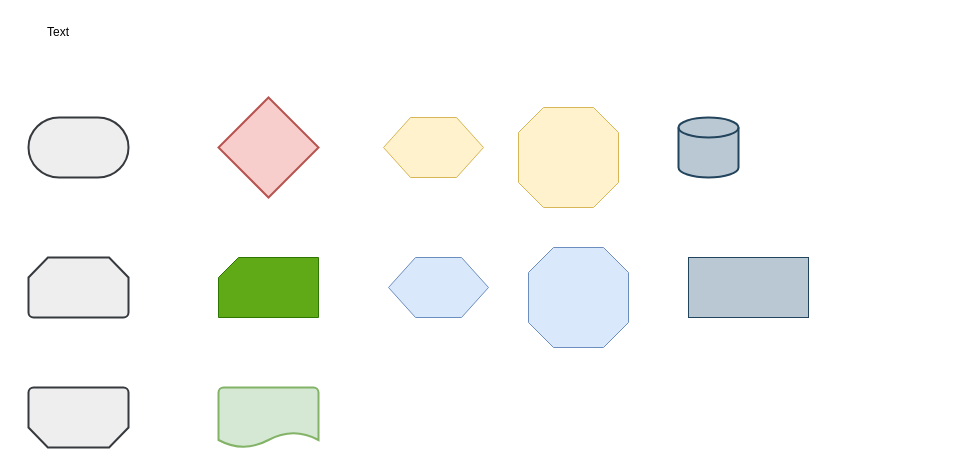
Above: page "Overview" (1 of 4) of models/Unbenanntes Diagramm.drawio in griemide/BPMN (draw.io), before the change. Source tidied: cells renumbered, new cells numbered last; positions are measured from the earlier drawing's top-left corner, leaving out a move shared by most shapes. Both pictures are drawn from the tidied source at 100%, with x=0, y=0 at pixel (28, 17).
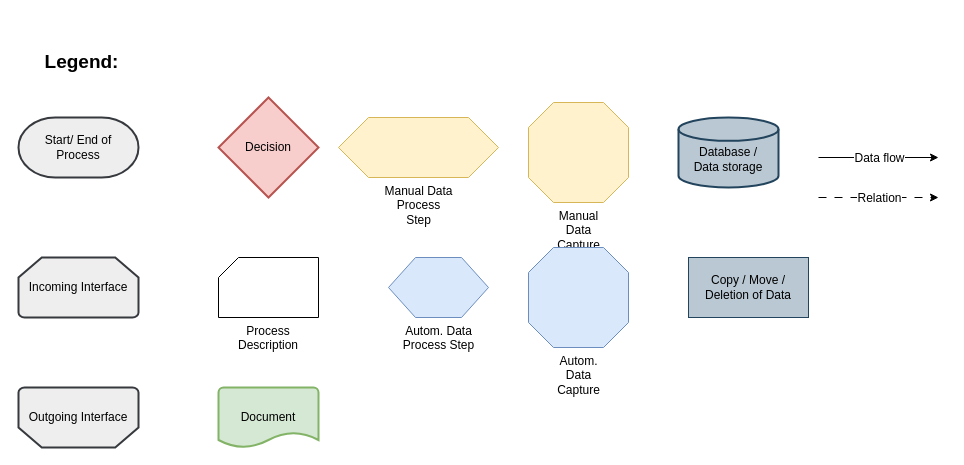
After the change.

Change to the diagram source:
```diff
@@
-    <mxCell id="2" style="strokeWidth=2;html=1;shape=mxgraph.flowchart.terminator;whiteSpace=wrap;fillColor=#eeeeee;strokeColor=#36393d;" parent="1" vertex="1">
-      <mxGeometry y="100" width="100" height="60" as="geometry" />
+    <mxCell id="2" value="Start/ End of&lt;br&gt;Process" style="strokeWidth=2;html=1;shape=mxgraph.flowchart.terminator;whiteSpace=wrap;fillColor=#eeeeee;strokeColor=#36393d;" parent="1" vertex="1">
+      <mxGeometry x="-10" y="100" width="120" height="60" as="geometry" />
     </mxCell>
-    <mxCell id="3" style="strokeWidth=2;html=1;shape=mxgraph.flowchart.loop_limit;whiteSpace=wrap;fillColor=#eeeeee;strokeColor=#36393d;" parent="1" vertex="1">
-      <mxGeometry y="240" width="100" height="60" as="geometry" />
+    <mxCell id="3" value="Incoming Interface" style="strokeWidth=2;html=1;shape=mxgraph.flowchart.loop_limit;whiteSpace=wrap;fillColor=#eeeeee;strokeColor=#36393d;" parent="1" vertex="1">
+      <mxGeometry x="-10" y="240" width="120" height="60" as="geometry" />
     </mxCell>
-    <mxCell id="4" style="strokeWidth=2;html=1;shape=mxgraph.flowchart.decision;whiteSpace=wrap;fillColor=#f8cecc;strokeColor=#b85450;" parent="1" vertex="1">
+    <mxCell id="4" value="Decision" style="strokeWidth=2;html=1;shape=mxgraph.flowchart.decision;whiteSpace=wrap;fillColor=#f8cecc;strokeColor=#b85450;" parent="1" vertex="1">
       <mxGeometry x="190" y="80" width="100" height="100" as="geometry" />
     </mxCell>
-    <mxCell id="5" style="verticalLabelPosition=bottom;verticalAlign=top;html=1;shape=card;whiteSpace=wrap;size=20;arcSize=12;fillColor=#60a917;strokeColor=#2D7600;fontColor=#ffffff;" parent="1" vertex="1">
+    <mxCell id="5" value="Process Description" style="verticalLabelPosition=bottom;verticalAlign=top;html=1;shape=card;whiteSpace=wrap;size=20;arcSize=12;" parent="1" vertex="1">
       <mxGeometry x="190" y="240" width="100" height="60" as="geometry" />
     </mxCell>
-    <mxCell id="6" style="strokeWidth=2;html=1;shape=mxgraph.flowchart.document2;whiteSpace=wrap;size=0.25;fillColor=#d5e8d4;strokeColor=#82b366;" parent="1" vertex="1">
+    <mxCell id="6" value="Document" style="strokeWidth=2;html=1;shape=mxgraph.flowchart.document2;whiteSpace=wrap;size=0.25;fillColor=#d5e8d4;strokeColor=#82b366;" parent="1" vertex="1">
       <mxGeometry x="190" y="370" width="100" height="60" as="geometry" />
     </mxCell>
-    <mxCell id="7" style="verticalLabelPosition=bottom;verticalAlign=top;html=1;shape=hexagon;perimeter=hexagonPerimeter2;arcSize=6;size=0.27;fillColor=#fff2cc;strokeColor=#d6b656;" parent="1" vertex="1">
-      <mxGeometry x="355" y="100" width="100" height="60" as="geometry" />
+    <mxCell id="7" value="Manual Data &lt;br&gt;Process &lt;br&gt;Step" style="verticalLabelPosition=bottom;verticalAlign=top;html=1;shape=hexagon;perimeter=hexagonPerimeter2;arcSize=6;size=0.1875;fillColor=#fff2cc;strokeColor=#d6b656;" parent="1" vertex="1">
+      <mxGeometry x="310" y="100" width="160" height="60" as="geometry" />
     </mxCell>
-    <mxCell id="8" style="verticalLabelPosition=bottom;verticalAlign=top;html=1;shape=hexagon;perimeter=hexagonPerimeter2;arcSize=6;size=0.27;fillColor=#dae8fc;strokeColor=#6c8ebf;" parent="1" vertex="1">
+    <mxCell id="8" value="Autom. Data &lt;br&gt;Process Step" style="verticalLabelPosition=bottom;verticalAlign=top;html=1;shape=hexagon;perimeter=hexagonPerimeter2;arcSize=6;size=0.27;fillColor=#dae8fc;strokeColor=#6c8ebf;" parent="1" vertex="1">
       <mxGeometry x="360" y="240" width="100" height="60" as="geometry" />
     </mxCell>
-    <mxCell id="9" style="strokeWidth=2;html=1;shape=mxgraph.flowchart.database;whiteSpace=wrap;fillColor=#bac8d3;strokeColor=#23445d;" parent="1" vertex="1">
-      <mxGeometry x="650" y="100" width="60" height="60" as="geometry" />
+    <mxCell id="9" value="&lt;br&gt;Database /&lt;br&gt;Data storage" style="strokeWidth=2;html=1;shape=mxgraph.flowchart.database;whiteSpace=wrap;fillColor=#bac8d3;strokeColor=#23445d;" parent="1" vertex="1">
+      <mxGeometry x="650" y="100" width="100" height="70" as="geometry" />
     </mxCell>
-    <mxCell id="10" style="verticalLabelPosition=bottom;verticalAlign=top;html=1;shape=mxgraph.basic.polygon;polyCoords=[[0.25,0],[0.75,0],[1,0.25],[1,0.75],[0.75,1],[0.25,1],[0,0.75],[0,0.25]];polyline=0;fillColor=#fff2cc;strokeColor=#d6b656;" parent="1" vertex="1">
-      <mxGeometry x="490" y="90" width="100" height="100" as="geometry" />
+    <mxCell id="10" value="Manual &lt;br&gt;Data &lt;br&gt;Capture" style="verticalLabelPosition=bottom;verticalAlign=top;html=1;shape=mxgraph.basic.polygon;polyCoords=[[0.25,0],[0.75,0],[1,0.25],[1,0.75],[0.75,1],[0.25,1],[0,0.75],[0,0.25]];polyline=0;fillColor=#fff2cc;strokeColor=#d6b656;" parent="1" vertex="1">
+      <mxGeometry x="500" y="85" width="100" height="100" as="geometry" />
     </mxCell>
-    <mxCell id="11" style="verticalLabelPosition=bottom;verticalAlign=top;html=1;shape=mxgraph.basic.polygon;polyCoords=[[0.25,0],[0.75,0],[1,0.25],[1,0.75],[0.75,1],[0.25,1],[0,0.75],[0,0.25]];polyline=0;fillColor=#dae8fc;strokeColor=#6c8ebf;" parent="1" vertex="1">
+    <mxCell id="11" value="Autom. &lt;br&gt;Data &lt;br&gt;Capture" style="verticalLabelPosition=bottom;verticalAlign=top;html=1;shape=mxgraph.basic.polygon;polyCoords=[[0.25,0],[0.75,0],[1,0.25],[1,0.75],[0.75,1],[0.25,1],[0,0.75],[0,0.25]];polyline=0;fillColor=#dae8fc;strokeColor=#6c8ebf;" parent="1" vertex="1">
       <mxGeometry x="500" y="230" width="100" height="100" as="geometry" />
     </mxCell>
-    <mxCell id="12" style="rounded=0;whiteSpace=wrap;html=1;fillColor=#bac8d3;strokeColor=#23445d;" parent="1" vertex="1">
+    <mxCell id="12" value="Copy / Move /&lt;br&gt;Deletion of Data" style="rounded=0;whiteSpace=wrap;html=1;fillColor=#bac8d3;strokeColor=#23445d;" parent="1" vertex="1">
       <mxGeometry x="660" y="240" width="120" height="60" as="geometry" />
     </mxCell>
-    <mxCell id="13" value="Text" style="text;html=1;whiteSpace=wrap;strokeColor=none;fillColor=none;align=center;verticalAlign=middle;rounded=0;" parent="1" vertex="1">
-      <mxGeometry width="60" height="30" as="geometry" />
+    <mxCell id="13" value="Legend:" style="text;html=1;whiteSpace=wrap;strokeColor=none;fillColor=none;align=center;verticalAlign=middle;rounded=0;fontStyle=1;fontSize=19;" parent="1" vertex="1">
+      <mxGeometry x="20" y="30" width="67" height="30" as="geometry" />
     </mxCell>
-    <mxCell id="14" style="strokeWidth=2;html=1;shape=mxgraph.flowchart.loop_limit;whiteSpace=wrap;fillColor=#eeeeee;strokeColor=#36393d;direction=west;" parent="1" vertex="1">
-      <mxGeometry y="370" width="100" height="60" as="geometry" />
+    <mxCell id="14" value="Outgoing Interface" style="strokeWidth=2;html=1;shape=mxgraph.flowchart.loop_limit;whiteSpace=wrap;fillColor=#eeeeee;strokeColor=#36393d;direction=west;" parent="1" vertex="1">
+      <mxGeometry x="-10" y="370" width="120" height="60" as="geometry" />
     </mxCell>
+    <mxCell id="15" style="endArrow=classic;html=1;rounded=0;" parent="1" edge="1">
+      <mxGeometry relative="1" as="geometry">
+        <mxPoint x="790" y="140" as="sourcePoint" />
+        <mxPoint x="910" y="140" as="targetPoint" />
+      </mxGeometry>
+    </mxCell>
+    <mxCell id="16" value="Data flow" style="edgeLabel;html=1;align=center;verticalAlign=middle;fontSize=12;" parent="15" vertex="1">
+      <mxGeometry relative="1" as="geometry" />
+    </mxCell>
+    <mxCell id="17" style="endArrow=classic;html=1;rounded=0;dashed=1;dashPattern=8 8;" parent="1" edge="1">
+      <mxGeometry relative="1" as="geometry">
+        <mxPoint x="790" y="180" as="sourcePoint" />
+        <mxPoint x="910" y="180" as="targetPoint" />
+      </mxGeometry>
+    </mxCell>
+    <mxCell id="18" value="Relation" style="edgeLabel;html=1;align=center;verticalAlign=middle;fontSize=12;" parent="17" vertex="1">
+      <mxGeometry relative="1" as="geometry" />
+    </mxCell>
```
